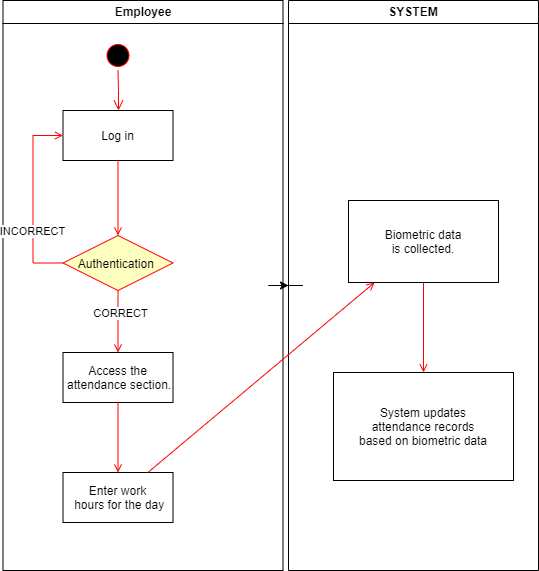
The draw.io diagram Attendance Management Diagram.drawio.png in Arisa-Ndreu/test, before a commit. Source tidied: cells renumbered, new cells last; positions are measured from the earlier drawing's top-left corner, leaving out a move shared by most shapes.
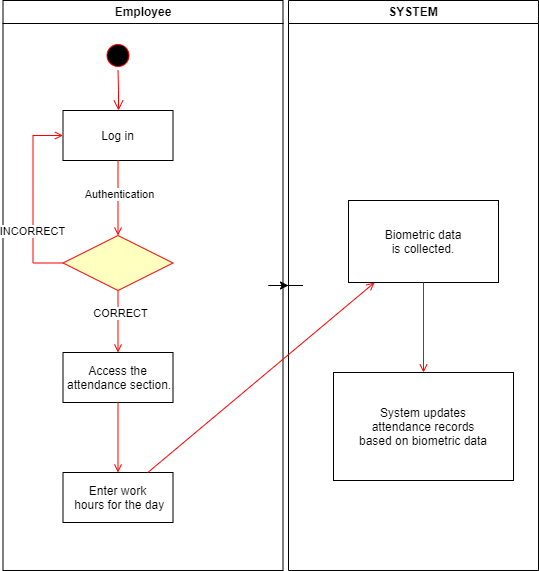
After the commit.

Commit message:
Update Attendance Management Activity Diagram.drawio.png

Diff of the diagram source:
```diff
@@ -42,12 +42,15 @@
     <mxCell id="13" value="INCORRECT" style="edgeLabel;html=1;align=center;verticalAlign=middle;" parent="12" vertex="1">
       <mxGeometry x="-0.33" y="1" relative="1" as="geometry" />
     </mxCell>
-    <mxCell id="14" value="Authentication " style="rhombus;fillColor=#ffffc0;strokeColor=#ff0000;" parent="3" vertex="1">
+    <mxCell id="14" value=" " style="rhombus;fillColor=#ffffc0;strokeColor=#ff0000;" parent="3" vertex="1">
       <mxGeometry x="60" y="235" width="110" height="55" as="geometry" />
     </mxCell>
     <mxCell id="15" style="endArrow=open;strokeColor=#FF0000;endFill=1;rounded=0;" parent="3" edge="1" source="6" target="14">
       <mxGeometry relative="1" as="geometry" />
     </mxCell>
+    <mxCell id="21" value="Authentication" style="edgeLabel;html=1;align=center;verticalAlign=middle;" parent="15" vertex="1">
+      <mxGeometry x="-0.11" y="1" relative="1" as="geometry" />
+    </mxCell>
     <mxCell id="16" value="SYSTEM" style="swimlane;whiteSpace=wrap;" parent="1" vertex="1">
       <mxGeometry x="286" width="250" height="570" as="geometry" />
     </mxCell>
```
